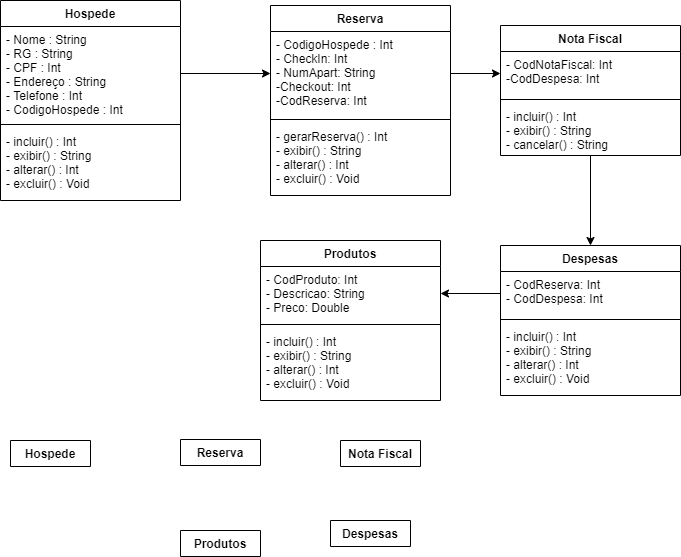
leitoraincomum/engsofII keeps this draw.io diagram as Sequencia e Colab.png. Above is the earlier version. Source tidied: cells renumbered, new cells last; positions are measured from the earlier drawing's top-left corner, leaving out a move shared by most shapes.
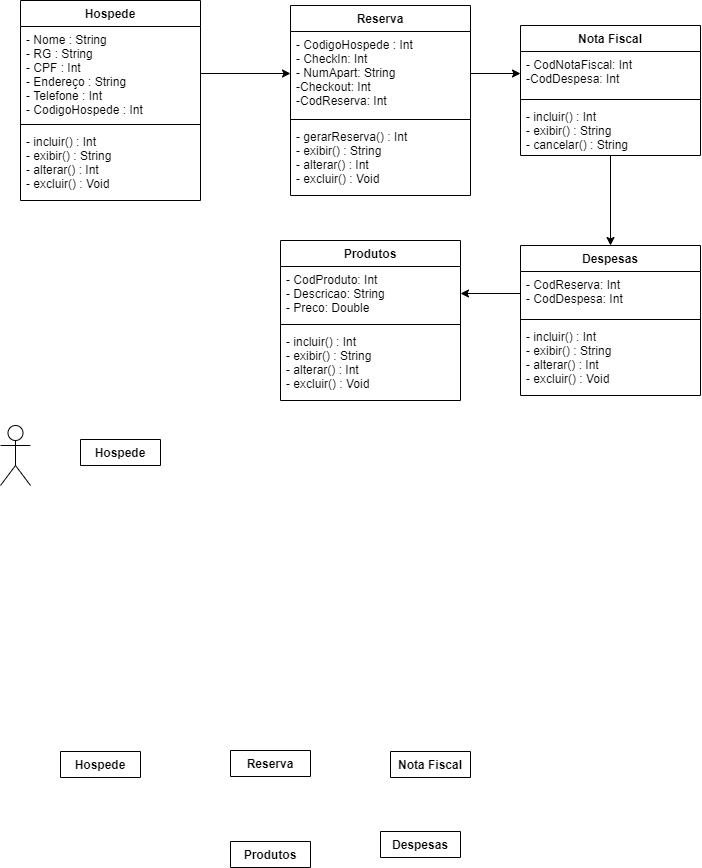
After the change.

Diff of the diagram source:
```diff
@@ -75,19 +75,25 @@
       <mxGeometry relative="1" as="geometry" />
     </mxCell>
     <mxCell id="26" value="Hospede" style="swimlane;fontStyle=1;align=center;verticalAlign=top;horizontal=1;startSize=26;" parent="1" vertex="1" collapsed="1">
-      <mxGeometry x="10" y="440" width="80" height="26" as="geometry" />
+      <mxGeometry x="60" y="439" width="80" height="26" as="geometry" />
     </mxCell>
+    <mxCell id="31" value="Hospede" style="swimlane;fontStyle=1;align=center;verticalAlign=top;horizontal=1;startSize=26;" parent="1" vertex="1" collapsed="1">
+      <mxGeometry x="40" y="751" width="80" height="26" as="geometry" />
+    </mxCell>
     <mxCell id="27" value="Reserva" style="swimlane;fontStyle=1;align=center;verticalAlign=top;horizontal=1;startSize=26;" parent="1" vertex="1" collapsed="1">
-      <mxGeometry x="180" y="439" width="80" height="26" as="geometry" />
+      <mxGeometry x="210" y="750" width="80" height="26" as="geometry" />
     </mxCell>
     <mxCell id="28" value="Nota Fiscal" style="swimlane;fontStyle=1;align=center;verticalAlign=top;horizontal=1;startSize=26;" parent="1" vertex="1" collapsed="1">
-      <mxGeometry x="340" y="440" width="80" height="26" as="geometry" />
+      <mxGeometry x="370" y="751" width="80" height="26" as="geometry" />
     </mxCell>
     <mxCell id="29" value="Produtos" style="swimlane;fontStyle=1;align=center;verticalAlign=top;horizontal=1;startSize=26;" parent="1" vertex="1" collapsed="1">
-      <mxGeometry x="180" y="530" width="80" height="26" as="geometry" />
+      <mxGeometry x="210" y="841" width="80" height="26" as="geometry" />
     </mxCell>
     <mxCell id="30" value="Despesas" style="swimlane;fontStyle=1;align=center;verticalAlign=top;horizontal=1;startSize=26;" parent="1" vertex="1" collapsed="1">
-      <mxGeometry x="330" y="520" width="80" height="26" as="geometry" />
+      <mxGeometry x="360" y="831" width="80" height="26" as="geometry" />
     </mxCell>
+    <mxCell id="32" style="shape=umlActor;verticalLabelPosition=bottom;verticalAlign=top;html=1;align=center;" parent="1" vertex="1">
+      <mxGeometry x="-20" y="425" width="30" height="60" as="geometry" />
+    </mxCell>
   </root>
 </mxGraphModel>
```
